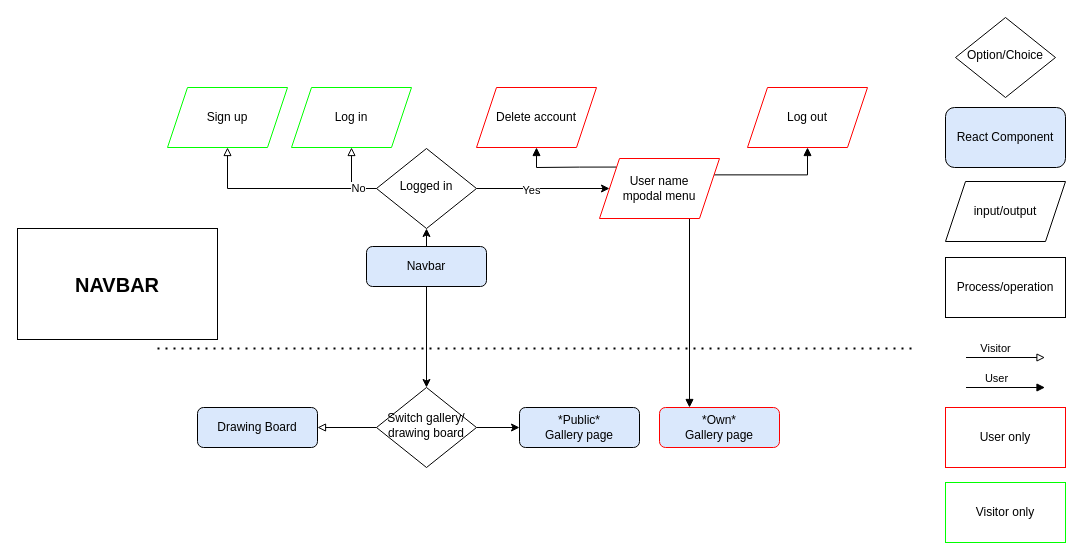
The draw.io diagram page "Navbar" (2 of 7) of pixel/user_stories.drawio in damien-rembert/diagrams, before the edit. Source tidied: cells renumbered, new cells numbered last; positions are measured from the earlier drawing's top-left corner, leaving out a move shared by most shapes. Both pictures are drawn from the tidied source at 100%, with x=0, y=0 at pixel (17, 17).
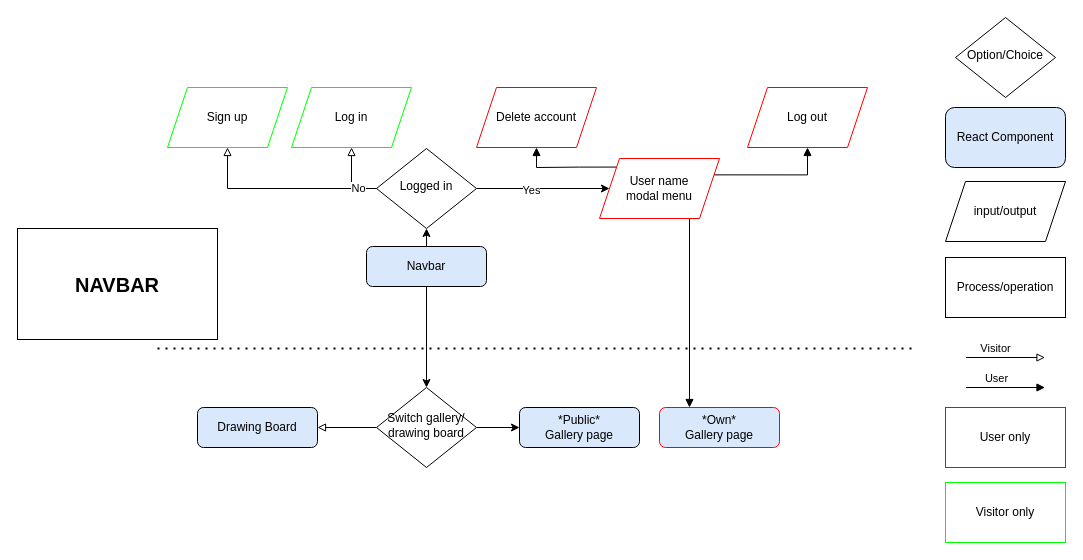
The same page after the edit.

Commit message (it also covers changes not shown here):
Corrected mpodal in user_stories.drawio

The edit, as a diff of the source:
```diff
@@
-    <mxCell id="14" value="&lt;div&gt;User name&lt;/div&gt;&lt;div&gt;mpodal menu&lt;br&gt;&lt;/div&gt;" style="shape=parallelogram;perimeter=parallelogramPerimeter;whiteSpace=wrap;html=1;fixedSize=1;strokeColor=#FF0000;" parent="1" vertex="1">
+    <mxCell id="14" value="&lt;div&gt;User name&lt;/div&gt;&lt;div&gt;modal menu&lt;br&gt;&lt;/div&gt;" style="shape=parallelogram;perimeter=parallelogramPerimeter;whiteSpace=wrap;html=1;fixedSize=1;strokeColor=#FF0000;" parent="1" vertex="1">
       <mxGeometry x="582" y="141" width="120" height="60" as="geometry" />
     </mxCell>
```
